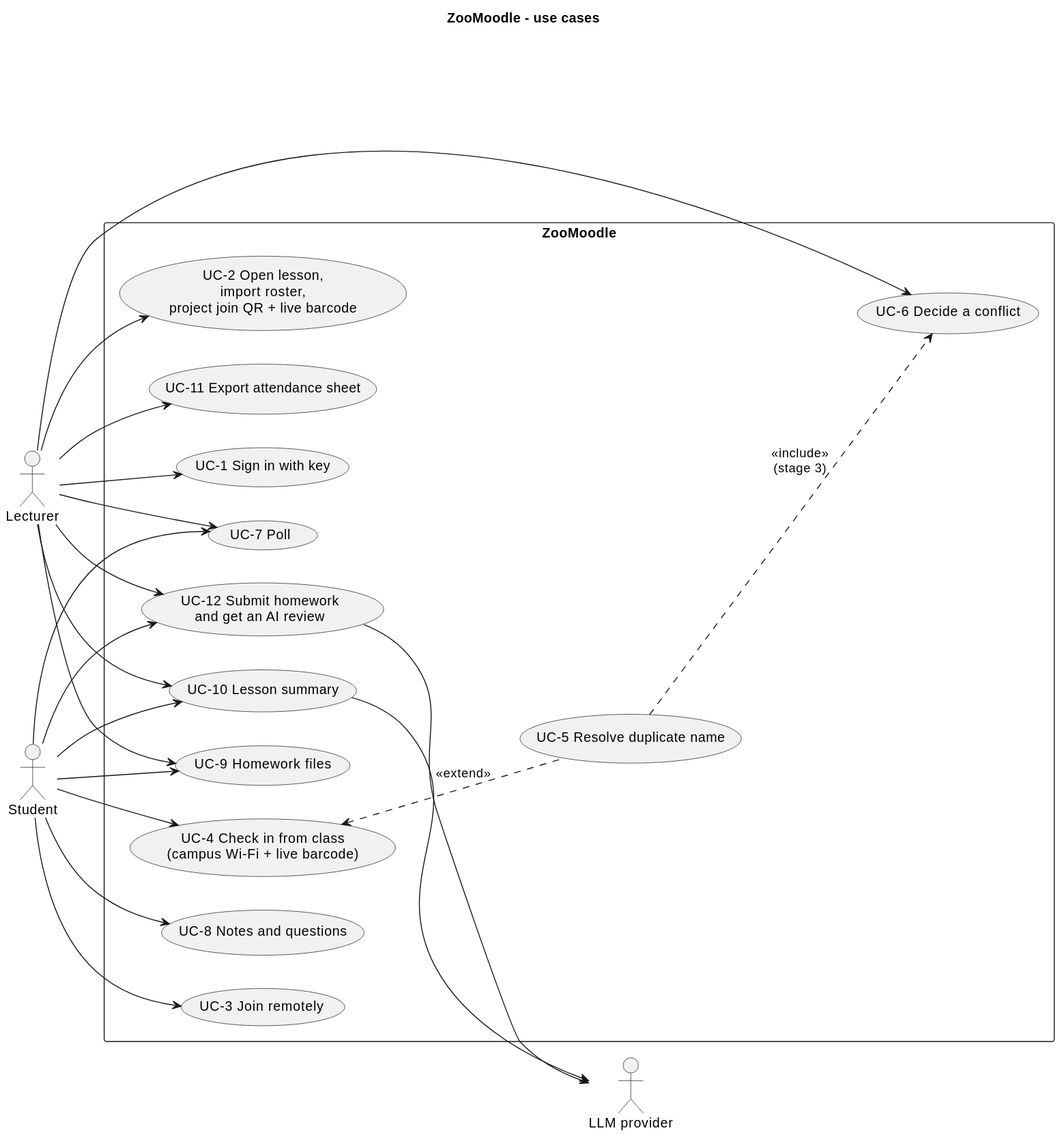
The PlantUML diagram docs/diagrams/usecases.svg in Haim-Barby/ZooMoodle, before a commit.
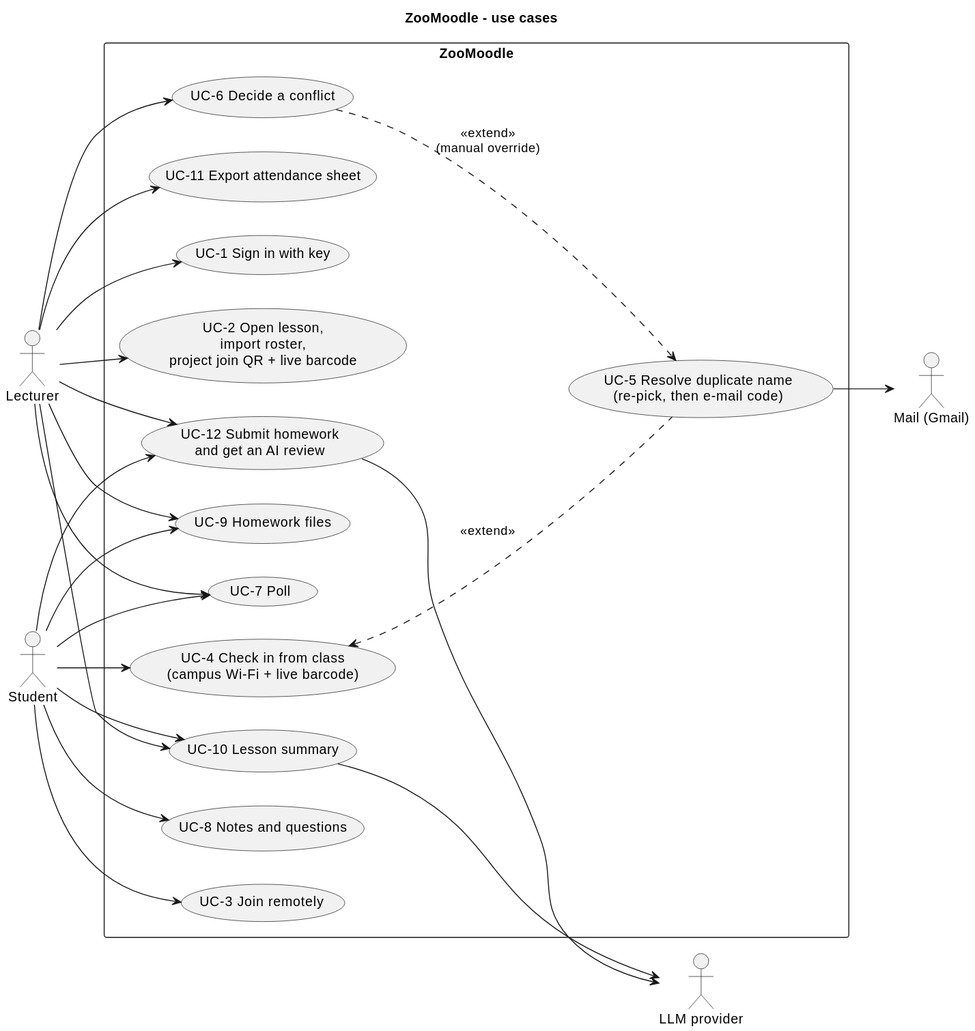
Above is the later version.

Change to the diagram source:
```diff
@@ -6,13 +6,14 @@
 actor Lecturer
 actor Student
 actor "LLM provider" as LLM
+actor "Mail (Gmail)" as MAIL
 
 rectangle "ZooMoodle" {
   usecase "UC-1 Sign in with key" as UC1
   usecase "UC-2 Open lesson,\nimport roster,\nproject join QR + live barcode" as UC2
   usecase "UC-3 Join remotely" as UC3
   usecase "UC-4 Check in from class\n(campus Wi-Fi + live barcode)" as UC4
-  usecase "UC-5 Resolve duplicate name" as UC5
+  usecase "UC-5 Resolve duplicate name\n(re-pick, then e-mail code)" as UC5
   usecase "UC-6 Decide a conflict" as UC6
   usecase "UC-7 Poll" as UC7
   usecase "UC-8 Notes and questions" as UC8
@@ -38,7 +39,8 @@
 Student --> UC10
 Student --> UC12
 UC4 <.. UC5 : <<extend>>
-UC5 ..> UC6 : <<include>>\n(stage 3)
+UC5 --> MAIL
+UC6 ..> UC5 : <<extend>>\n(manual override)
 UC10 --> LLM
 UC12 --> LLM
 @enduml
```
